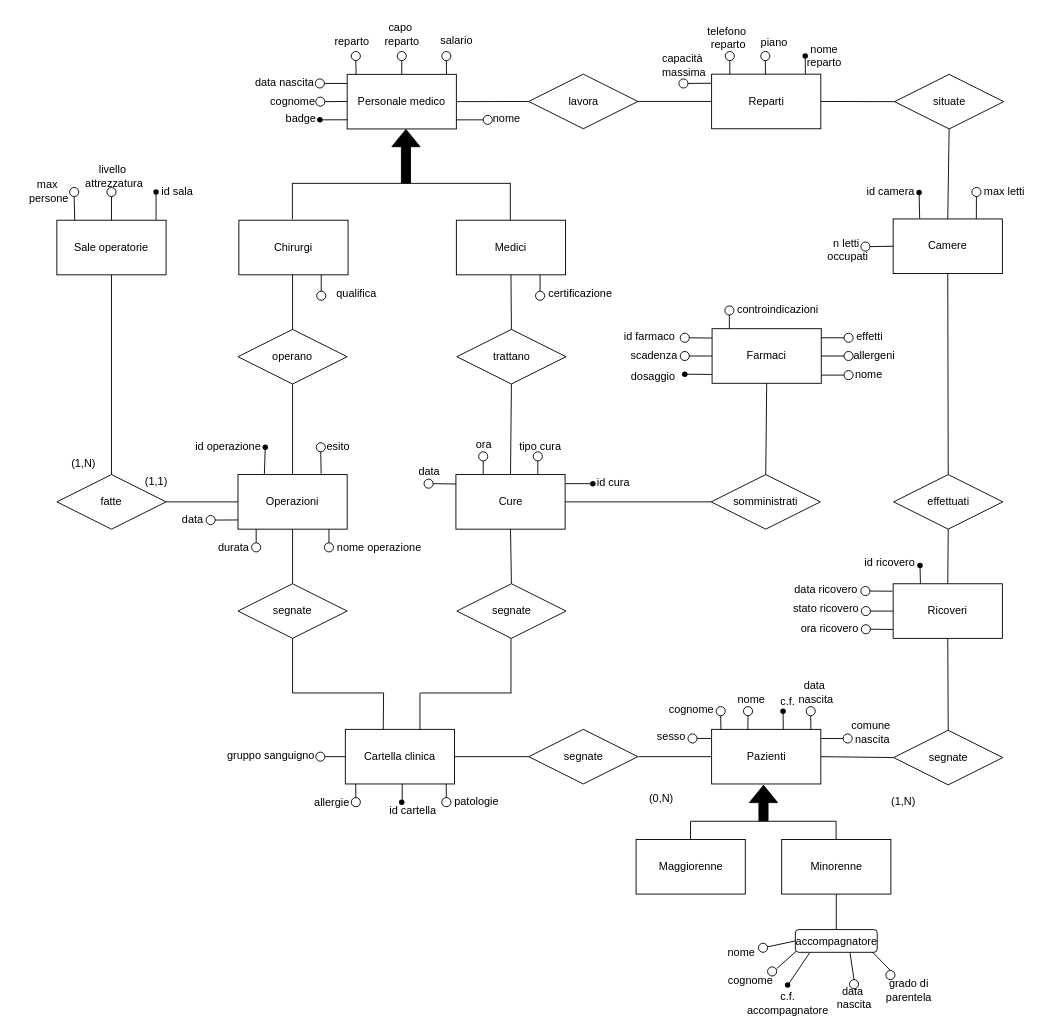
Before: ER-conc.drawio in MicheleDioli/UniPD-database-project-2024, a draw.io diagram. Source tidied: cells renumbered, new cells numbered last; positions are measured from the earlier drawing's top-left corner, leaving out a move shared by most shapes. Both pictures are drawn from the tidied source at 91%, with x=0, y=0 at pixel (16, 15).
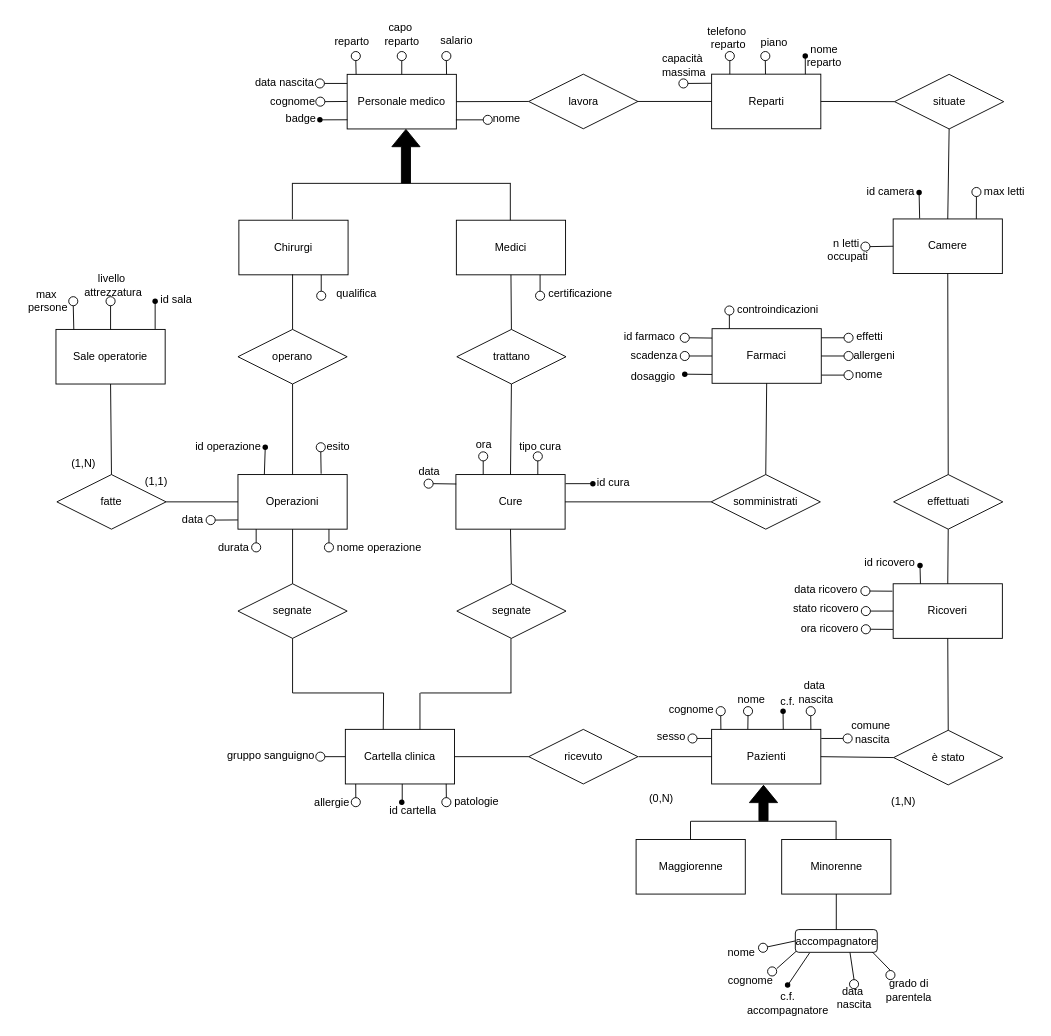
Above is the later version.

Commit message (it also covers changes not shown here):
nuova progettazione

Change to the diagram source:
```diff
@@
     <mxCell id="10" value="Sale operatorie" style="rounded=0;whiteSpace=wrap;html=1;" parent="1" vertex="1">
-      <mxGeometry x="44" y="224.5" width="120" height="60" as="geometry" />
+      <mxGeometry x="43" y="344.5" width="120" height="60" as="geometry" />
     </mxCell>
@@
     <mxCell id="43" value="id sala" style="text;html=1;align=center;verticalAlign=middle;strokeColor=none;fillColor=none;" parent="1" vertex="1">
-      <mxGeometry x="146" y="178" width="60" height="30" as="geometry" />
+      <mxGeometry x="145" y="297" width="60" height="30" as="geometry" />
     </mxCell>
     <mxCell id="44" value="livello&lt;div&gt;&amp;nbsp;attrezzatura&lt;/div&gt;" style="text;html=1;align=center;verticalAlign=middle;strokeColor=none;fillColor=none;" parent="1" vertex="1">
-      <mxGeometry x="60" y="155.5" width="90" height="40" as="geometry" />
+      <mxGeometry x="59" y="275.5" width="90" height="40" as="geometry" />
     </mxCell>
     <mxCell id="45" value="max&amp;nbsp;&lt;div&gt;persone&lt;/div&gt;" style="text;html=1;align=center;verticalAlign=middle;strokeColor=none;fillColor=none;" parent="1" vertex="1">
-      <mxGeometry y="172.5" width="70" height="40" as="geometry" />
+      <mxGeometry x="-1" y="292.5" width="70" height="40" as="geometry" />
     </mxCell>
@@
     <mxCell id="82" style="ellipse;whiteSpace=wrap;html=1;" parent="1" vertex="1">
-      <mxGeometry x="99" y="188.5" width="10" height="10" as="geometry" />
+      <mxGeometry x="98" y="308.5" width="10" height="10" as="geometry" />
     </mxCell>
@@
     <mxCell id="89" style="endArrow=none;html=1;rounded=0;exitX=0.235;exitY=-0.005;exitDx=0;exitDy=0;exitPerimeter=0;entryX=0.5;entryY=1;entryDx=0;entryDy=0;" parent="1" edge="1" target="142">
       <mxGeometry relative="1" as="geometry">
-        <mxPoint x="63.6" y="224.5" as="sourcePoint" />
+        <mxPoint x="62.6" y="344.5" as="sourcePoint" />
       </mxGeometry>
     </mxCell>
     <mxCell id="90" style="endArrow=none;html=1;rounded=0;" parent="1" edge="1" target="107">
       <mxGeometry relative="1" as="geometry">
-        <mxPoint x="153" y="224" as="sourcePoint" />
+        <mxPoint x="152" y="344" as="sourcePoint" />
       </mxGeometry>
     </mxCell>
@@
     <mxCell id="107" style="shape=waypoint;sketch=0;fillStyle=solid;size=6;points=[];fillColor=none;perimeter=centerPerimeter;snapToPoint=1;" parent="1" vertex="1">
-      <mxGeometry x="143" y="183.5" width="20" height="20" as="geometry" />
+      <mxGeometry x="142" y="303.5" width="20" height="20" as="geometry" />
     </mxCell>
@@
     <mxCell id="142" style="ellipse;whiteSpace=wrap;html=1;" parent="1" vertex="1">
-      <mxGeometry x="58" y="188.5" width="10" height="10" as="geometry" />
+      <mxGeometry x="57" y="308.5" width="10" height="10" as="geometry" />
     </mxCell>
@@
-    <mxCell id="191" value="segnate" style="shape=rhombus;perimeter=rhombusPerimeter;whiteSpace=wrap;html=1;align=center;" parent="1" vertex="1">
+    <mxCell id="191" value="ricevuto" style="shape=rhombus;perimeter=rhombusPerimeter;whiteSpace=wrap;html=1;align=center;" parent="1" vertex="1">
       <mxGeometry x="562.5" y="784" width="120" height="60" as="geometry" />
     </mxCell>
-    <mxCell id="192" value="segnate" style="shape=rhombus;perimeter=rhombusPerimeter;whiteSpace=wrap;html=1;align=center;" parent="1" vertex="1">
+    <mxCell id="192" value="è stato" style="shape=rhombus;perimeter=rhombusPerimeter;whiteSpace=wrap;html=1;align=center;" parent="1" vertex="1">
       <mxGeometry x="963.5" y="785" width="120" height="60" as="geometry" />
     </mxCell>
```
